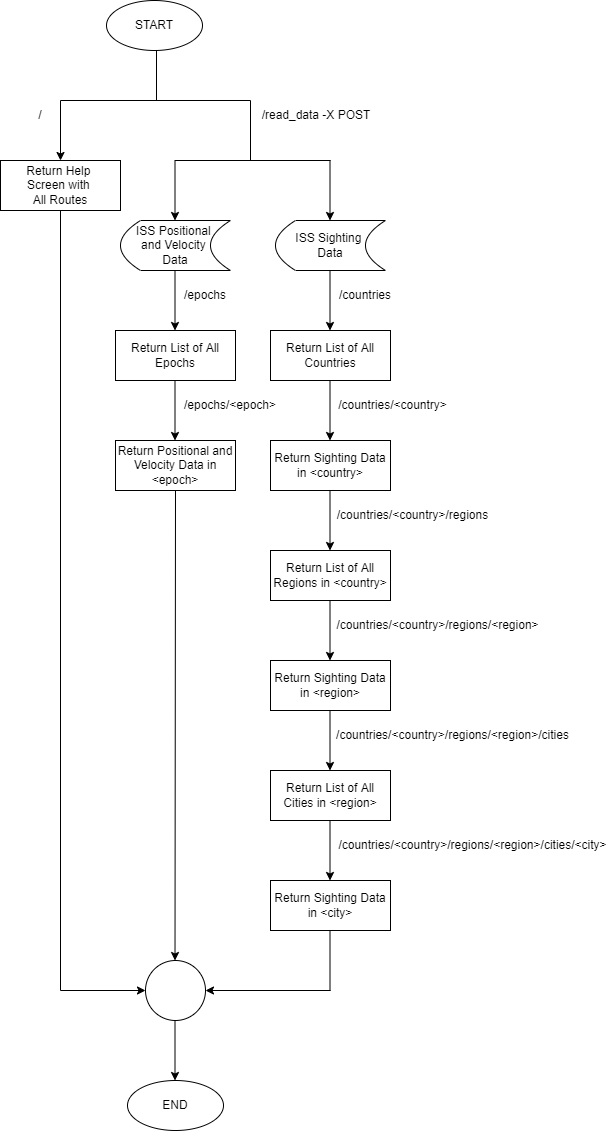
Above: homework07/Software_Diagram.png in etchi17/COE332_Homework (draw.io), before the change. Source tidied: cells renumbered, new cells last; positions are measured from the earlier drawing's top-left corner, leaving out a move shared by most shapes.
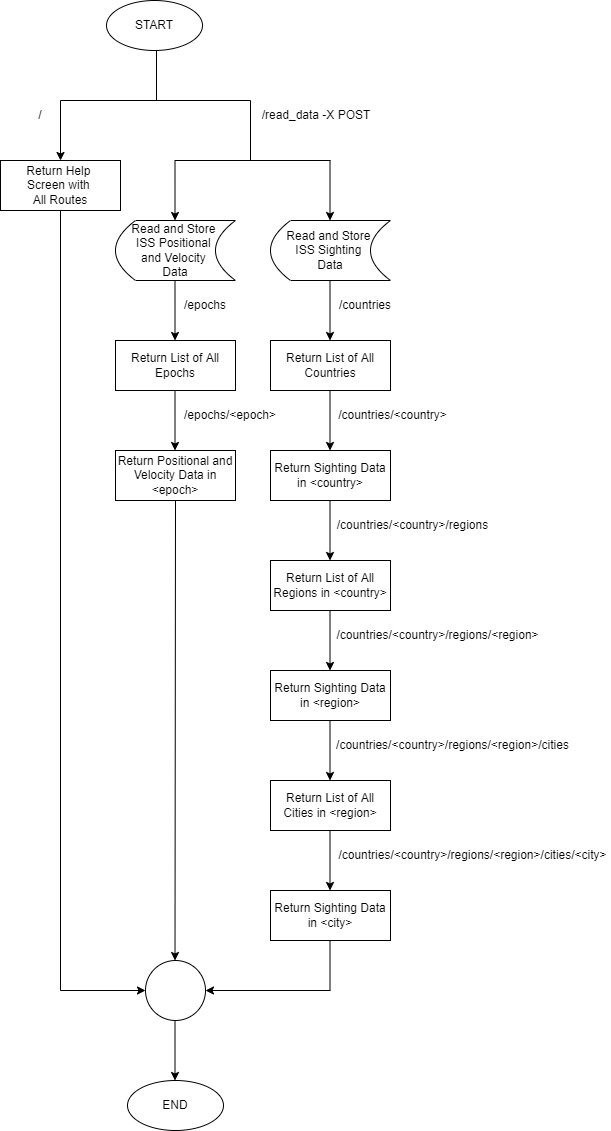
The same diagram one commit later.

Change to the diagram source:
```diff
@@ -3,58 +3,58 @@
     <mxCell id="0" />
     <mxCell id="1" parent="0" />
     <mxCell id="2" value="START" style="ellipse;whiteSpace=wrap;html=1;" parent="1" vertex="1">
-      <mxGeometry x="106" width="96" height="50" as="geometry" />
+      <mxGeometry x="106" y="-10" width="96" height="50" as="geometry" />
     </mxCell>
     <mxCell id="3" value="/read_data -X POST" style="text;html=1;strokeColor=none;fillColor=none;align=center;verticalAlign=middle;whiteSpace=wrap;rounded=0;" parent="1" vertex="1">
-      <mxGeometry x="256" y="100" width="120" height="30" as="geometry" />
+      <mxGeometry x="256" y="90" width="120" height="30" as="geometry" />
     </mxCell>
     <mxCell id="4" style="endArrow=classic;html=1;rounded=0;" parent="1" edge="1">
       <mxGeometry relative="1" as="geometry">
-        <mxPoint x="60" y="100" as="sourcePoint" />
-        <mxPoint x="60" y="160" as="targetPoint" />
+        <mxPoint x="60" y="90" as="sourcePoint" />
+        <mxPoint x="60" y="150" as="targetPoint" />
       </mxGeometry>
     </mxCell>
     <mxCell id="5" value="/" style="text;html=1;strokeColor=none;fillColor=none;align=center;verticalAlign=middle;whiteSpace=wrap;rounded=0;" parent="1" vertex="1">
-      <mxGeometry x="10" y="100" width="60" height="30" as="geometry" />
+      <mxGeometry x="10" y="90" width="60" height="30" as="geometry" />
     </mxCell>
-    <mxCell id="6" value="ISS Positional &lt;br&gt;and Velocity &lt;br&gt;Data" style="shape=dataStorage;whiteSpace=wrap;html=1;fixedSize=1;" parent="1" vertex="1">
-      <mxGeometry x="120" y="220" width="110" height="50" as="geometry" />
+    <mxCell id="6" value="Read and Store &lt;br&gt;ISS Positional &lt;br&gt;and Velocity &lt;br&gt;Data" style="shape=dataStorage;whiteSpace=wrap;html=1;fixedSize=1;" parent="1" vertex="1">
+      <mxGeometry x="115" y="210" width="120" height="60" as="geometry" />
     </mxCell>
-    <mxCell id="7" value="ISS Sighting &lt;br&gt;Data" style="shape=dataStorage;whiteSpace=wrap;html=1;fixedSize=1;" parent="1" vertex="1">
-      <mxGeometry x="275" y="220" width="110" height="50" as="geometry" />
+    <mxCell id="7" value="Read and Store &lt;br&gt;ISS Sighting &lt;br&gt;Data" style="shape=dataStorage;whiteSpace=wrap;html=1;fixedSize=1;" parent="1" vertex="1">
+      <mxGeometry x="270" y="210" width="120" height="60" as="geometry" />
     </mxCell>
     <mxCell id="8" style="endArrow=none;html=1;rounded=0;" parent="1" edge="1">
       <mxGeometry relative="1" as="geometry">
-        <mxPoint x="60" y="100" as="sourcePoint" />
-        <mxPoint x="250" y="100" as="targetPoint" />
+        <mxPoint x="60" y="90" as="sourcePoint" />
+        <mxPoint x="250" y="90" as="targetPoint" />
       </mxGeometry>
     </mxCell>
     <mxCell id="9" style="endArrow=none;html=1;rounded=0;" parent="1" edge="1">
       <mxGeometry relative="1" as="geometry">
-        <mxPoint x="250" y="160" as="sourcePoint" />
-        <mxPoint x="250" y="100" as="targetPoint" />
+        <mxPoint x="250" y="150" as="sourcePoint" />
+        <mxPoint x="250" y="90" as="targetPoint" />
       </mxGeometry>
     </mxCell>
     <mxCell id="10" style="endArrow=classic;html=1;rounded=0;" parent="1" edge="1">
       <mxGeometry relative="1" as="geometry">
-        <mxPoint x="329.5" y="160" as="sourcePoint" />
-        <mxPoint x="329.5" y="220" as="targetPoint" />
+        <mxPoint x="329.5" y="150" as="sourcePoint" />
+        <mxPoint x="329.5" y="210" as="targetPoint" />
       </mxGeometry>
     </mxCell>
     <mxCell id="11" style="endArrow=classic;html=1;rounded=0;" parent="1" edge="1">
       <mxGeometry relative="1" as="geometry">
-        <mxPoint x="174.5" y="160" as="sourcePoint" />
-        <mxPoint x="174.5" y="220" as="targetPoint" />
+        <mxPoint x="174.5" y="150" as="sourcePoint" />
+        <mxPoint x="174.5" y="210" as="targetPoint" />
       </mxGeometry>
     </mxCell>
     <mxCell id="12" style="endArrow=none;html=1;rounded=0;" parent="1" edge="1">
       <mxGeometry relative="1" as="geometry">
-        <mxPoint x="156" y="100" as="sourcePoint" />
-        <mxPoint x="156" y="50" as="targetPoint" />
+        <mxPoint x="156" y="90" as="sourcePoint" />
+        <mxPoint x="156" y="40" as="targetPoint" />
       </mxGeometry>
     </mxCell>
     <mxCell id="13" value="Return Help &lt;br&gt;Screen with &lt;br&gt;All Routes" style="rounded=0;whiteSpace=wrap;html=1;" parent="1" vertex="1">
-      <mxGeometry y="160" width="120" height="50" as="geometry" />
+      <mxGeometry y="150" width="120" height="50" as="geometry" />
     </mxCell>
     <mxCell id="14" style="endArrow=classic;html=1;rounded=0;" parent="1" edge="1">
       <mxGeometry relative="1" as="geometry">
@@ -70,8 +70,8 @@
     </mxCell>
     <mxCell id="16" style="endArrow=none;html=1;rounded=0;" parent="1" edge="1">
       <mxGeometry relative="1" as="geometry">
-        <mxPoint x="174.5" y="160" as="sourcePoint" />
-        <mxPoint x="330" y="160" as="targetPoint" />
+        <mxPoint x="174.5" y="150" as="sourcePoint" />
+        <mxPoint x="330" y="150" as="targetPoint" />
       </mxGeometry>
     </mxCell>
     <mxCell id="17" value="/epochs" style="text;html=1;strokeColor=none;fillColor=none;align=center;verticalAlign=middle;whiteSpace=wrap;rounded=0;" parent="1" vertex="1">
@@ -160,43 +160,43 @@
     </mxCell>
     <mxCell id="39" style="endArrow=none;html=1;rounded=0;" parent="1" edge="1">
       <mxGeometry relative="1" as="geometry">
-        <mxPoint x="60" y="990" as="sourcePoint" />
-        <mxPoint x="60" y="210" as="targetPoint" />
+        <mxPoint x="60" y="980" as="sourcePoint" />
+        <mxPoint x="60" y="200" as="targetPoint" />
       </mxGeometry>
     </mxCell>
     <mxCell id="40" style="endArrow=none;html=1;rounded=0;" parent="1" edge="1">
       <mxGeometry relative="1" as="geometry">
-        <mxPoint x="329.5" y="990" as="sourcePoint" />
+        <mxPoint x="329.5" y="980" as="sourcePoint" />
         <mxPoint x="329.5" y="930" as="targetPoint" />
       </mxGeometry>
     </mxCell>
     <mxCell id="41" style="ellipse;whiteSpace=wrap;html=1;" parent="1" vertex="1">
-      <mxGeometry x="145" y="960" width="60" height="60" as="geometry" />
+      <mxGeometry x="145" y="950" width="60" height="60" as="geometry" />
     </mxCell>
     <mxCell id="42" style="endArrow=classic;html=1;rounded=0;exitX=0.5;exitY=1;exitDx=0;exitDy=0;" parent="1" edge="1" source="25">
       <mxGeometry relative="1" as="geometry">
-        <mxPoint x="174.5" y="960" as="targetPoint" />
+        <mxPoint x="174.5" y="950" as="targetPoint" />
       </mxGeometry>
     </mxCell>
     <mxCell id="43" style="endArrow=classic;html=1;rounded=0;" parent="1" edge="1">
       <mxGeometry relative="1" as="geometry">
-        <mxPoint x="60" y="990" as="sourcePoint" />
-        <mxPoint x="145" y="990" as="targetPoint" />
+        <mxPoint x="60" y="980" as="sourcePoint" />
+        <mxPoint x="145" y="980" as="targetPoint" />
       </mxGeometry>
     </mxCell>
     <mxCell id="44" style="endArrow=classic;html=1;rounded=0;entryX=1;entryY=0.5;entryDx=0;entryDy=0;" parent="1" edge="1" target="41">
       <mxGeometry relative="1" as="geometry">
-        <mxPoint x="330" y="990" as="sourcePoint" />
+        <mxPoint x="330" y="980" as="sourcePoint" />
       </mxGeometry>
     </mxCell>
     <mxCell id="45" style="endArrow=classic;html=1;rounded=0;" parent="1" edge="1">
       <mxGeometry relative="1" as="geometry">
-        <mxPoint x="174.5" y="1020" as="sourcePoint" />
-        <mxPoint x="174.5" y="1080" as="targetPoint" />
+        <mxPoint x="174.5" y="1010" as="sourcePoint" />
+        <mxPoint x="174.5" y="1070" as="targetPoint" />
       </mxGeometry>
     </mxCell>
     <mxCell id="46" value="END" style="ellipse;whiteSpace=wrap;html=1;" parent="1" vertex="1">
-      <mxGeometry x="127" y="1080" width="96" height="50" as="geometry" />
+      <mxGeometry x="127" y="1070" width="96" height="50" as="geometry" />
     </mxCell>
   </root>
 </mxGraphModel>
```
